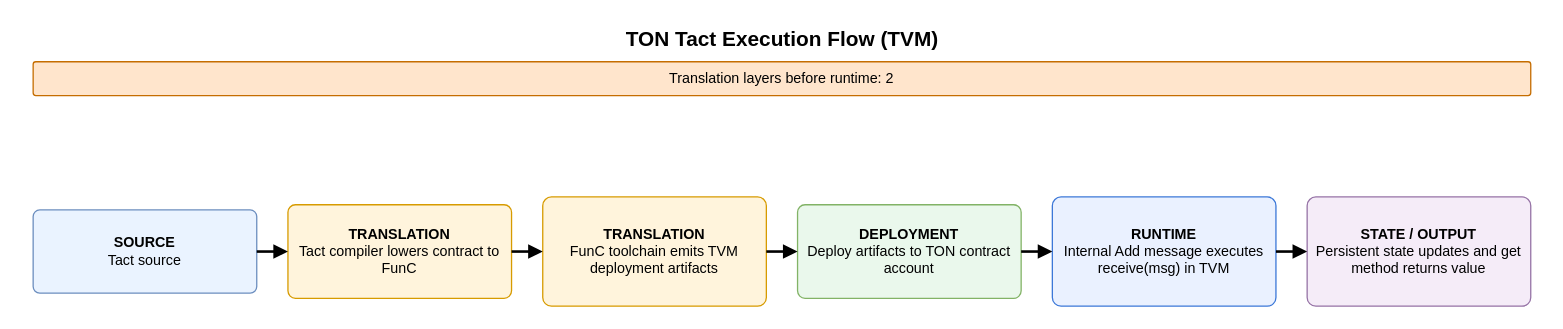
Above: assets/contracting_flows/ton_tact_flow.drawio in Endogen/xian-tech-website (draw.io), before the change. Source tidied: cells renumbered, new cells numbered last; positions are measured from the earlier drawing's top-left corner, leaving out a move shared by most shapes. Both pictures are drawn from the tidied source at 130%, with x=0, y=0 at pixel (22, 22).
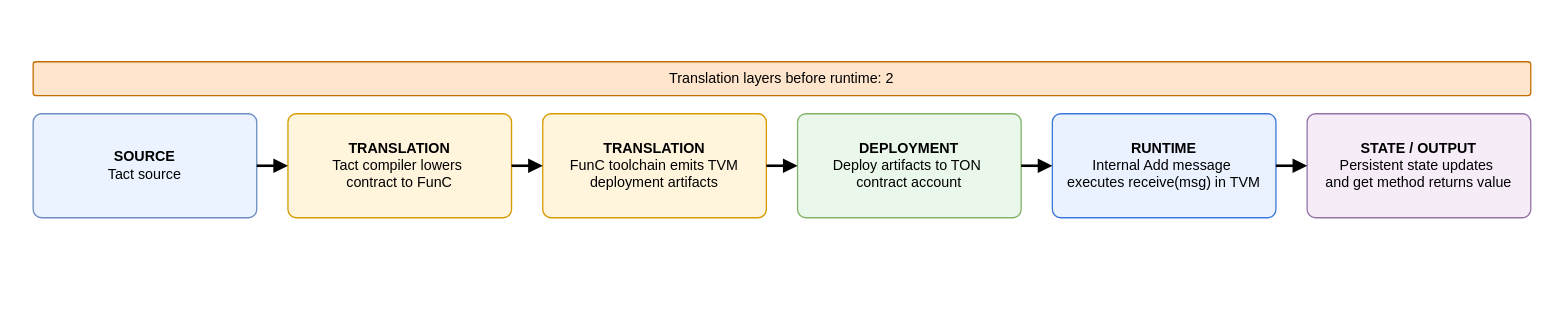
After the change.

The edit, as a diff of the source:
```diff
@@
 <mxGraphModel>
   <root>
     <mxCell id="0" />
     <mxCell id="1" parent="0" />
-    <mxCell id="2" value="TON Tact Execution Flow (TVM)" style="text;html=1;strokeColor=none;fillColor=none;align=center;verticalAlign=middle;fontSize=16;fontStyle=1;" parent="1" vertex="1">
-      <mxGeometry width="1168" height="24" as="geometry" />
-    </mxCell>
     <mxCell id="3" value="Translation layers before runtime: 2" style="rounded=1;whiteSpace=wrap;html=1;arcSize=8;fillColor=#FFE5CC;strokeColor=#C56D00;fontSize=11;align=center;verticalAlign=middle;" parent="1" vertex="1">
       <mxGeometry x="8" y="30" width="1152" height="26" as="geometry" />
     </mxCell>
     <mxCell id="4" value="&lt;b&gt;SOURCE&lt;/b&gt;&lt;br&gt;Tact source" style="rounded=1;whiteSpace=wrap;html=1;arcSize=8;fillColor=#EAF3FF;strokeColor=#6C8EBF;fontSize=11;align=center;verticalAlign=middle;spacing=6;" parent="1" vertex="1">
-      <mxGeometry x="8" y="144" width="172" height="64" as="geometry" />
+      <mxGeometry x="8" y="70" width="172" height="80" as="geometry" />
     </mxCell>
-    <mxCell id="5" value="&lt;b&gt;TRANSLATION&lt;/b&gt;&lt;br&gt;Tact compiler lowers contract to FunC" style="rounded=1;whiteSpace=wrap;html=1;arcSize=8;fillColor=#FFF4DC;strokeColor=#D79B00;fontSize=11;align=center;verticalAlign=middle;spacing=6;" parent="1" vertex="1">
-      <mxGeometry x="204" y="140" width="172" height="72" as="geometry" />
+    <mxCell id="5" value="&lt;b&gt;TRANSLATION&lt;/b&gt;&lt;br&gt;Tact compiler lowers&amp;nbsp;&lt;div&gt;contract to FunC&lt;/div&gt;" style="rounded=1;whiteSpace=wrap;html=1;arcSize=8;fillColor=#FFF4DC;strokeColor=#D79B00;fontSize=11;align=center;verticalAlign=middle;spacing=6;" parent="1" vertex="1">
+      <mxGeometry x="204" y="70" width="172" height="80" as="geometry" />
     </mxCell>
     <mxCell id="6" value="&lt;b&gt;TRANSLATION&lt;/b&gt;&lt;br&gt;FunC toolchain emits TVM deployment artifacts" style="rounded=1;whiteSpace=wrap;html=1;arcSize=8;fillColor=#FFF4DC;strokeColor=#D79B00;fontSize=11;align=center;verticalAlign=middle;spacing=6;" parent="1" vertex="1">
-      <mxGeometry x="400" y="134" width="172" height="84" as="geometry" />
+      <mxGeometry x="400" y="70" width="172" height="80" as="geometry" />
     </mxCell>
-    <mxCell id="7" value="&lt;b&gt;DEPLOYMENT&lt;/b&gt;&lt;br&gt;Deploy artifacts to TON contract account" style="rounded=1;whiteSpace=wrap;html=1;arcSize=8;fillColor=#EAF8EC;strokeColor=#82B366;fontSize=11;align=center;verticalAlign=middle;spacing=6;" parent="1" vertex="1">
-      <mxGeometry x="596" y="140" width="172" height="72" as="geometry" />
+    <mxCell id="7" value="&lt;b&gt;DEPLOYMENT&lt;/b&gt;&lt;br&gt;Deploy artifacts to TON&amp;nbsp;&lt;div&gt;contract account&lt;/div&gt;" style="rounded=1;whiteSpace=wrap;html=1;arcSize=8;fillColor=#EAF8EC;strokeColor=#82B366;fontSize=11;align=center;verticalAlign=middle;spacing=6;" parent="1" vertex="1">
+      <mxGeometry x="596" y="70" width="172" height="80" as="geometry" />
     </mxCell>
-    <mxCell id="8" value="&lt;b&gt;RUNTIME&lt;/b&gt;&lt;br&gt;Internal Add message executes receive(msg) in TVM" style="rounded=1;whiteSpace=wrap;html=1;arcSize=8;fillColor=#EAF1FF;strokeColor=#3C78D8;fontSize=11;align=center;verticalAlign=middle;spacing=6;" parent="1" vertex="1">
-      <mxGeometry x="792" y="134" width="172" height="84" as="geometry" />
+    <mxCell id="8" value="&lt;b&gt;RUNTIME&lt;/b&gt;&lt;br&gt;Internal Add message&amp;nbsp;&lt;div&gt;executes receive(msg) in TVM&lt;/div&gt;" style="rounded=1;whiteSpace=wrap;html=1;arcSize=8;fillColor=#EAF1FF;strokeColor=#3C78D8;fontSize=11;align=center;verticalAlign=middle;spacing=6;" parent="1" vertex="1">
+      <mxGeometry x="792" y="70" width="172" height="80" as="geometry" />
     </mxCell>
-    <mxCell id="9" value="&lt;b&gt;STATE / OUTPUT&lt;/b&gt;&lt;br&gt;Persistent state updates and get method returns value" style="rounded=1;whiteSpace=wrap;html=1;arcSize=8;fillColor=#F5ECF8;strokeColor=#9673A6;fontSize=11;align=center;verticalAlign=middle;spacing=6;" parent="1" vertex="1">
-      <mxGeometry x="988" y="134" width="172" height="84" as="geometry" />
+    <mxCell id="9" value="&lt;b&gt;STATE / OUTPUT&lt;/b&gt;&lt;br&gt;Persistent state updates&amp;nbsp;&lt;div&gt;and get method returns value&lt;/div&gt;" style="rounded=1;whiteSpace=wrap;html=1;arcSize=8;fillColor=#F5ECF8;strokeColor=#9673A6;fontSize=11;align=center;verticalAlign=middle;spacing=6;" parent="1" vertex="1">
+      <mxGeometry x="988" y="70" width="172" height="80" as="geometry" />
     </mxCell>
     <mxCell id="10" style="endArrow=block;endFill=1;html=1;rounded=1;strokeWidth=2;edgeStyle=orthogonalEdgeStyle;" parent="1" edge="1" source="4" target="5">
       <mxGeometry relative="1" as="geometry" />
     </mxCell>
     <mxCell id="11" style="endArrow=block;endFill=1;html=1;rounded=1;strokeWidth=2;edgeStyle=orthogonalEdgeStyle;" parent="1" edge="1" source="5" target="6">
       <mxGeometry relative="1" as="geometry" />
     </mxCell>
     <mxCell id="12" style="endArrow=block;endFill=1;html=1;rounded=1;strokeWidth=2;edgeStyle=orthogonalEdgeStyle;" parent="1" edge="1" source="6" target="7">
       <mxGeometry relative="1" as="geometry" />
     </mxCell>
     <mxCell id="13" style="endArrow=block;endFill=1;html=1;rounded=1;strokeWidth=2;edgeStyle=orthogonalEdgeStyle;" parent="1" edge="1" source="7" target="8">
       <mxGeometry relative="1" as="geometry" />
     </mxCell>
     <mxCell id="14" style="endArrow=block;endFill=1;html=1;rounded=1;strokeWidth=2;edgeStyle=orthogonalEdgeStyle;" parent="1" edge="1" source="8" target="9">
       <mxGeometry relative="1" as="geometry" />
     </mxCell>
   </root>
 </mxGraphModel>
```
